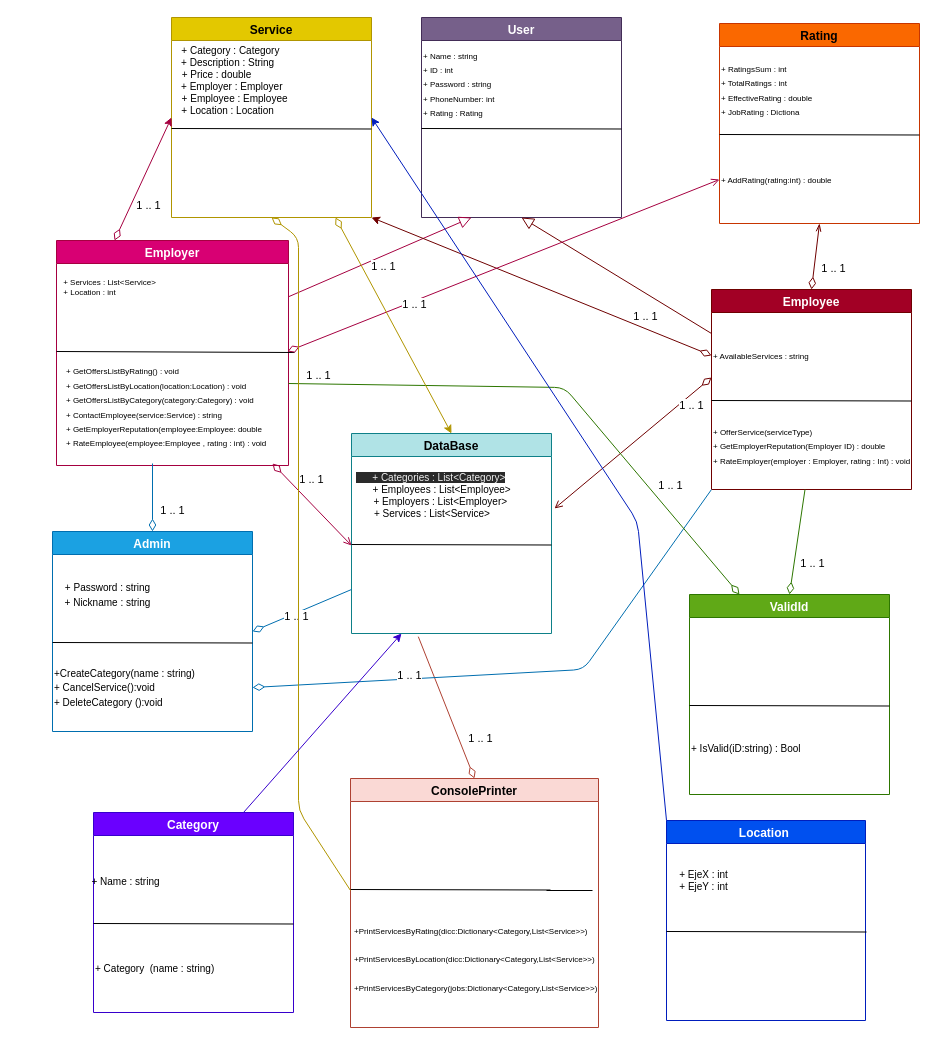
Before: Diagrama UML.drawio in charlis96/Proyecto_Chatbot, a draw.io diagram. Source tidied: cells renumbered, new cells numbered last; positions are measured from the earlier drawing's top-left corner, leaving out a move shared by most shapes. Both pictures are drawn from the tidied source at 100%, with x=0, y=0 at pixel (17, 17).
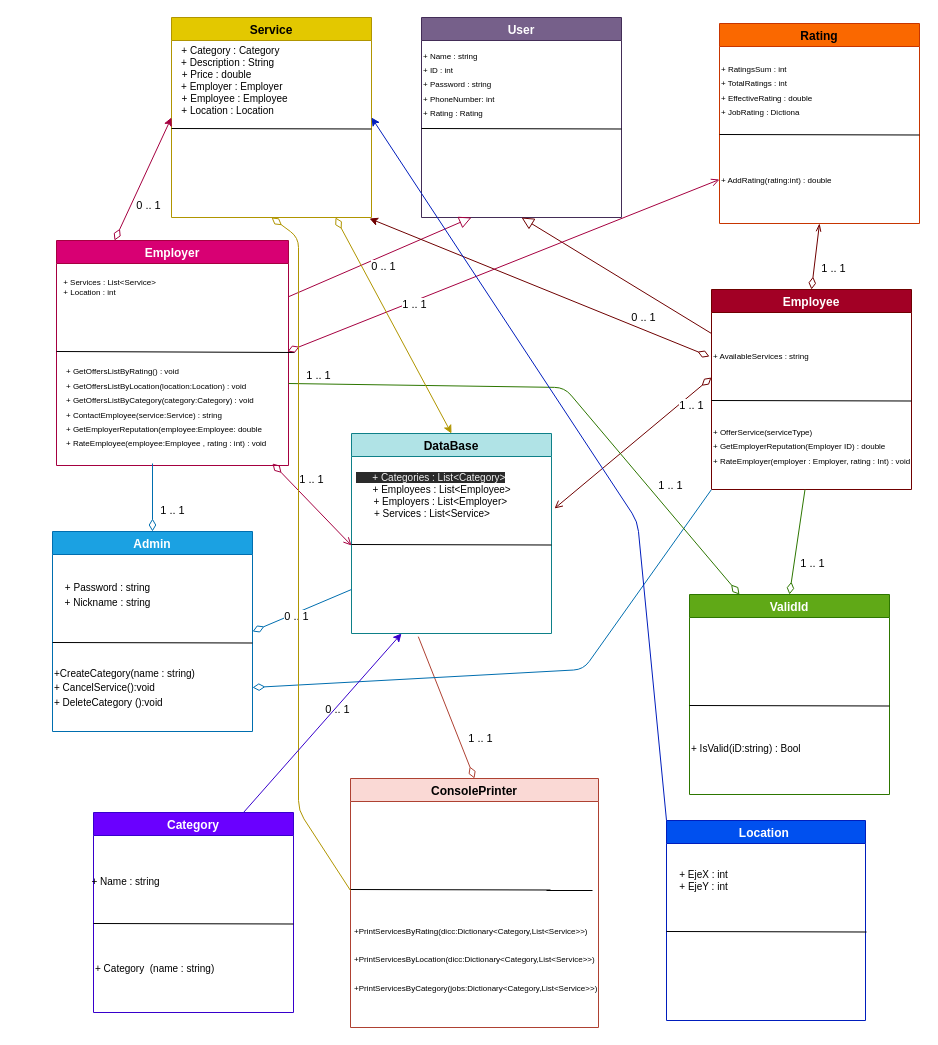
The same diagram, later.

Unchanged cells that the change refers to:
```xml
<mxCell id="9" value="&lt;span style=&quot;font-size: 8px&quot;&gt;+ AvailableServices : string&lt;br&gt;&lt;/span&gt;" style="text;html=1;strokeColor=none;fillColor=none;align=left;verticalAlign=middle;whiteSpace=wrap;rounded=0;" parent="6" vertex="1">
  <mxGeometry y="22" width="200" height="88" as="geometry" />
</mxCell>
<mxCell id="21" value="Service" style="swimlane;fillColor=#e3c800;fontColor=#000000;strokeColor=#B09500;" parent="1" vertex="1">
  <mxGeometry x="154" width="200" height="200" as="geometry" />
</mxCell>
<mxCell id="46" style="endArrow=classic;html=1;exitX=0.25;exitY=0;exitDx=0;exitDy=0;endFill=1;startArrow=diamondThin;startFill=0;startSize=10;entryX=0;entryY=0.5;entryDx=0;entryDy=0;fillColor=#d80073;strokeColor=#A50040;" parent="1" edge="1" source="10" target="21">
  <mxGeometry relative="1" as="geometry" />
</mxCell>
<mxCell id="52" style="endArrow=none;html=1;exitX=1;exitY=0.5;exitDx=0;exitDy=0;endFill=0;startArrow=diamondThin;startFill=0;startSize=10;entryX=0;entryY=0.5;entryDx=0;entryDy=0;fillColor=#1ba1e2;strokeColor=#006EAF;" parent="1" edge="1" source="2" target="26">
  <mxGeometry relative="1" as="geometry" />
</mxCell>
<mxCell id="56" style="endArrow=none;html=1;exitX=1;exitY=0.5;exitDx=0;exitDy=0;endFill=0;startArrow=diamondThin;startFill=0;startSize=10;entryX=0;entryY=1;entryDx=0;entryDy=0;fillColor=#1ba1e2;strokeColor=#006EAF;" parent="1" edge="1" source="4" target="8">
  <mxGeometry relative="1" as="geometry">
    <Array as="points">
      <mxPoint x="566" y="652" />
    </Array>
  </mxGeometry>
</mxCell>
<mxCell id="62" style="endArrow=classic;html=1;endFill=1;startArrow=diamondThin;startFill=0;startSize=10;fillColor=#e3c800;strokeColor=#B09500;entryX=0.5;entryY=0;entryDx=0;entryDy=0;" parent="1" edge="1" target="24">
  <mxGeometry relative="1" as="geometry">
    <mxPoint x="318" y="200" as="sourcePoint" />
  </mxGeometry>
</mxCell>
```

The edit, as a diff of the source:
```diff
@@
-    <mxCell id="44" style="endArrow=classic;html=1;exitX=0;exitY=0.5;exitDx=0;exitDy=0;endFill=1;startArrow=diamondThin;startFill=0;startSize=10;fillColor=#a20025;strokeColor=#6F0000;entryX=1;entryY=1;entryDx=0;entryDy=0;" parent="1" edge="1" source="9" target="21">
-      <mxGeometry relative="1" as="geometry" />
+    <mxCell id="44" style="endArrow=classic;html=1;exitX=0;exitY=0.5;exitDx=0;exitDy=0;endFill=1;startArrow=diamondThin;startFill=0;startSize=10;fillColor=#a20025;strokeColor=#6F0000;entryX=1;entryY=1;entryDx=0;entryDy=0;" parent="1" edge="1">
+      <mxGeometry relative="1" as="geometry">
+        <mxPoint x="692" y="339" as="sourcePoint" />
+        <mxPoint x="352" y="201" as="targetPoint" />
+      </mxGeometry>
     </mxCell>
-    <mxCell id="45" value="1 .. 1" style="edgeLabel;html=1;align=center;verticalAlign=middle;" parent="44" vertex="1">
+    <mxCell id="45" value="0 .. 1" style="edgeLabel;html=1;align=center;verticalAlign=middle;" parent="44" vertex="1">
       <mxGeometry x="-0.5" relative="1" as="geometry">
         <mxPoint x="19" y="-5" as="offset" />
       </mxGeometry>
     </mxCell>
@@
-    <mxCell id="47" value="1 .. 1" style="edgeLabel;html=1;align=center;verticalAlign=middle;" parent="46" vertex="1">
+    <mxCell id="47" value="0 .. 1" style="edgeLabel;html=1;align=center;verticalAlign=middle;" parent="46" vertex="1">
       <mxGeometry x="-0.5" relative="1" as="geometry">
         <mxPoint x="19" y="-5" as="offset" />
       </mxGeometry>
     </mxCell>
@@
-    <mxCell id="53" value="1 .. 1" style="edgeLabel;html=1;align=center;verticalAlign=middle;" parent="52" vertex="1">
+    <mxCell id="53" value="0 .. 1" style="edgeLabel;html=1;align=center;verticalAlign=middle;" parent="52" vertex="1">
       <mxGeometry x="-0.5" relative="1" as="geometry">
         <mxPoint x="19" y="-5" as="offset" />
       </mxGeometry>
     </mxCell>
@@
-    <mxCell id="57" value="1 .. 1" style="edgeLabel;html=1;align=center;verticalAlign=middle;" parent="56" vertex="1">
+    <mxCell id="57" value="0 .. 1" style="edgeLabel;html=1;align=center;verticalAlign=middle;" parent="56" vertex="1">
       <mxGeometry x="-0.5" relative="1" as="geometry">
-        <mxPoint x="19" y="-5" as="offset" />
+        <mxPoint x="-53" y="29" as="offset" />
       </mxGeometry>
     </mxCell>
@@
-    <mxCell id="63" value="1 .. 1" style="edgeLabel;html=1;align=center;verticalAlign=middle;" parent="62" vertex="1">
+    <mxCell id="63" value="0 .. 1" style="edgeLabel;html=1;align=center;verticalAlign=middle;" parent="62" vertex="1">
       <mxGeometry x="-0.5" relative="1" as="geometry">
         <mxPoint x="19" y="-5" as="offset" />
       </mxGeometry>
     </mxCell>
```
